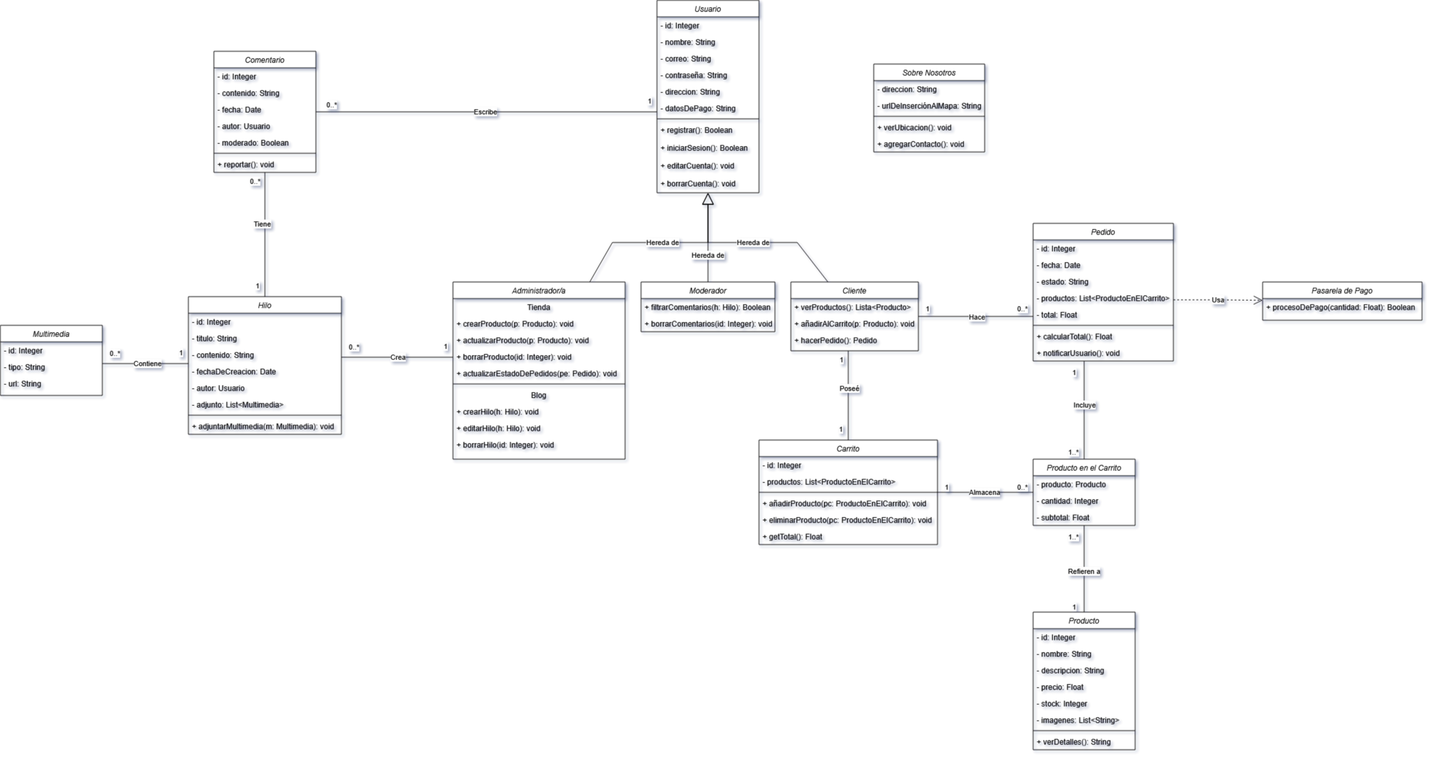
This is Diagramas/Casos de uso/DiagramaClases.drawio.png from 8-6R4N4DR1/LuigiaCouture, a draw.io export, as it was before one commit. Source tidied: cells renumbered, new cells last; positions are measured from the earlier drawing's top-left corner, leaving out a move shared by most shapes.
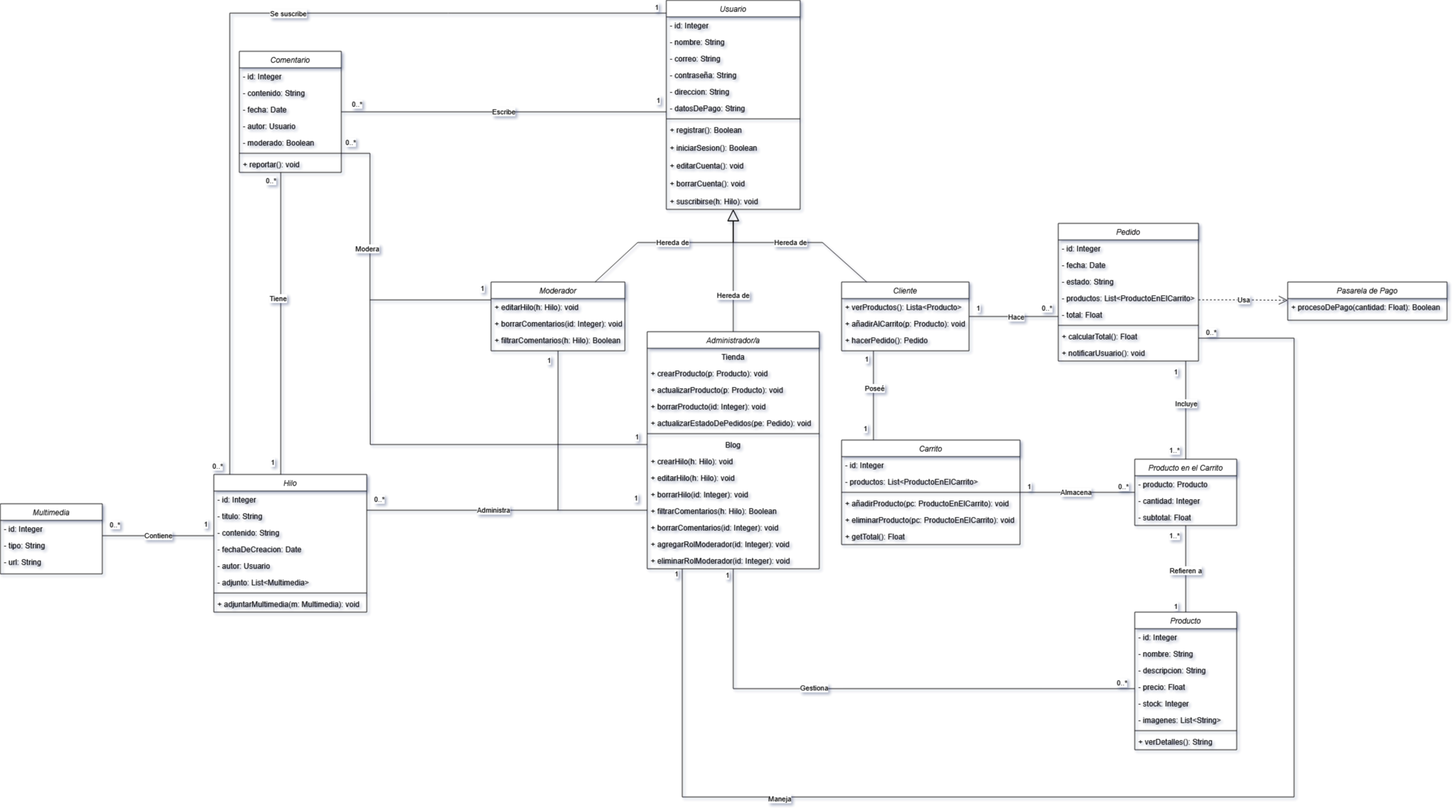
The same diagram one commit later.

What changed in the source:
```diff
@@ -5,39 +5,62 @@
     <mxCell id="2" value="Usuario" style="swimlane;fontStyle=2;align=center;verticalAlign=top;horizontal=1;startSize=26;rounded=0;shadow=0;strokeWidth=1;" parent="1" vertex="1">
-      <mxGeometry x="1030" width="160" height="302" as="geometry" />
+      <mxGeometry x="1005" width="210" height="328" as="geometry" />
     </mxCell>
     <mxCell id="3" value="- id: Integer" style="text;align=left;verticalAlign=top;spacingLeft=4;spacingRight=4;overflow=hidden;" parent="2" vertex="1">
-      <mxGeometry y="26" width="160" height="26" as="geometry" />
+      <mxGeometry y="26" width="210" height="26" as="geometry" />
     </mxCell>
     <mxCell id="4" value="- nombre: String" style="text;align=left;verticalAlign=top;spacingLeft=4;spacingRight=4;overflow=hidden;rounded=0;shadow=0;html=0;" parent="2" vertex="1">
-      <mxGeometry y="52" width="160" height="26" as="geometry" />
+      <mxGeometry y="52" width="210" height="26" as="geometry" />
     </mxCell>
     <mxCell id="5" value="- correo: String" style="text;align=left;verticalAlign=top;spacingLeft=4;spacingRight=4;overflow=hidden;rounded=0;shadow=0;html=0;" parent="2" vertex="1">
-      <mxGeometry y="78" width="160" height="26" as="geometry" />
+      <mxGeometry y="78" width="210" height="26" as="geometry" />
     </mxCell>
     <mxCell id="6" value="- contraseña: String" style="text;align=left;verticalAlign=top;spacingLeft=4;spacingRight=4;overflow=hidden;rounded=0;shadow=0;html=0;" parent="2" vertex="1">
-      <mxGeometry y="104" width="160" height="26" as="geometry" />
+      <mxGeometry y="104" width="210" height="26" as="geometry" />
     </mxCell>
     <mxCell id="7" value="- direccion: String" style="text;align=left;verticalAlign=top;spacingLeft=4;spacingRight=4;overflow=hidden;rounded=0;shadow=0;html=0;" parent="2" vertex="1">
-      <mxGeometry y="130" width="160" height="26" as="geometry" />
+      <mxGeometry y="130" width="210" height="26" as="geometry" />
     </mxCell>
     <mxCell id="8" value="- datosDePago: String" style="text;align=left;verticalAlign=top;spacingLeft=4;spacingRight=4;overflow=hidden;rounded=0;shadow=0;html=0;" parent="2" vertex="1">
-      <mxGeometry y="156" width="160" height="26" as="geometry" />
+      <mxGeometry y="156" width="210" height="26" as="geometry" />
     </mxCell>
     <mxCell id="9" style="line;html=1;strokeWidth=1;align=left;verticalAlign=middle;spacingTop=-1;spacingLeft=3;spacingRight=3;labelPosition=right;" parent="2" vertex="1">
-      <mxGeometry y="182" width="160" height="8" as="geometry" />
+      <mxGeometry y="182" width="210" height="8" as="geometry" />
     </mxCell>
     <mxCell id="10" value="+ registrar(): Boolean" style="text;align=left;verticalAlign=top;spacingLeft=4;spacingRight=4;overflow=hidden;" parent="2" vertex="1">
-      <mxGeometry y="190" width="160" height="28" as="geometry" />
+      <mxGeometry y="190" width="210" height="28" as="geometry" />
     </mxCell>
     <mxCell id="11" value="+ iniciarSesion(): Boolean" style="text;align=left;verticalAlign=top;spacingLeft=4;spacingRight=4;overflow=hidden;" parent="2" vertex="1">
-      <mxGeometry y="218" width="160" height="28" as="geometry" />
+      <mxGeometry y="218" width="210" height="28" as="geometry" />
     </mxCell>
     <mxCell id="12" value="+ editarCuenta(): void" style="text;align=left;verticalAlign=top;spacingLeft=4;spacingRight=4;overflow=hidden;" parent="2" vertex="1">
-      <mxGeometry y="246" width="160" height="28" as="geometry" />
+      <mxGeometry y="246" width="210" height="28" as="geometry" />
     </mxCell>
     <mxCell id="13" value="+ borrarCuenta(): void" style="text;align=left;verticalAlign=top;spacingLeft=4;spacingRight=4;overflow=hidden;" parent="2" vertex="1">
-      <mxGeometry y="274" width="160" height="28" as="geometry" />
+      <mxGeometry y="274" width="210" height="28" as="geometry" />
     </mxCell>
+    <mxCell id="130" value="+ suscribirse(h: Hilo): void" style="text;align=left;verticalAlign=top;spacingLeft=4;spacingRight=4;overflow=hidden;" parent="2" vertex="1">
+      <mxGeometry y="302" width="210" height="26" as="geometry" />
+    </mxCell>
+    <mxCell id="131" style="edgeStyle=orthogonalEdgeStyle;rounded=0;jettySize=auto;html=1;endArrow=none;startFill=0;" parent="1" edge="1" source="14" target="28">
+      <mxGeometry relative="1" as="geometry">
+        <Array as="points">
+          <mxPoint x="1110" y="1080" />
+        </Array>
+      </mxGeometry>
+    </mxCell>
+    <mxCell id="132" value="1" style="edgeLabel;html=1;align=center;verticalAlign=middle;" parent="131" vertex="1">
+      <mxGeometry x="-0.98" y="-1" relative="1" as="geometry">
+        <mxPoint x="-9" as="offset" />
+      </mxGeometry>
+    </mxCell>
+    <mxCell id="133" value="0..*" style="edgeLabel;html=1;align=center;verticalAlign=middle;" parent="131" vertex="1">
+      <mxGeometry x="0.95" y="2" relative="1" as="geometry">
+        <mxPoint x="2" y="-8" as="offset" />
+      </mxGeometry>
+    </mxCell>
+    <mxCell id="134" value="Gestiona" style="edgeLabel;html=1;align=center;verticalAlign=middle;" parent="131" vertex="1">
+      <mxGeometry x="-0.23" y="2" relative="1" as="geometry" />
+    </mxCell>
     <mxCell id="14" value="Administrador/a" style="swimlane;fontStyle=2;align=center;verticalAlign=top;horizontal=1;startSize=26;rounded=0;shadow=0;strokeWidth=1;" parent="1" vertex="1">
-      <mxGeometry x="710" y="442" width="270" height="278" as="geometry" />
+      <mxGeometry x="975" y="520" width="270" height="372" as="geometry" />
     </mxCell>
@@ -61,2 +84,12 @@
     </mxCell>
+    <mxCell id="135" style="edgeStyle=orthogonalEdgeStyle;rounded=0;jettySize=auto;html=1;exitX=0;exitY=0.5;exitDx=0;exitDy=0;endArrow=none;startFill=0;" parent="14" edge="1" source="21">
+      <mxGeometry relative="1" as="geometry">
+        <mxPoint x="-435" y="-50" as="targetPoint" />
+      </mxGeometry>
+    </mxCell>
+    <mxCell id="136" value="1" style="edgeLabel;html=1;align=center;verticalAlign=middle;" parent="135" vertex="1">
+      <mxGeometry x="-0.95" y="-2" relative="1" as="geometry">
+        <mxPoint y="-11" as="offset" />
+      </mxGeometry>
+    </mxCell>
     <mxCell id="21" value="Blog" style="text;align=center;verticalAlign=top;spacingLeft=4;spacingRight=4;overflow=hidden;points=[[0,0.5],[1,0.5]];portConstraint=eastwest;" parent="14" vertex="1">
@@ -73,13 +106,38 @@
     </mxCell>
+    <mxCell id="137" value="+ filtrarComentarios(h: Hilo): Boolean" style="text;align=left;verticalAlign=top;spacingLeft=4;spacingRight=4;overflow=hidden;" parent="14" vertex="1">
+      <mxGeometry y="268" width="270" height="26" as="geometry" />
+    </mxCell>
+    <mxCell id="27" value="+ borrarComentarios(id: Integer): void" style="text;align=left;verticalAlign=top;spacingLeft=4;spacingRight=4;overflow=hidden;rounded=0;shadow=0;html=0;" parent="14" vertex="1">
+      <mxGeometry y="294" width="270" height="26" as="geometry" />
+    </mxCell>
+    <mxCell id="138" value="+ agregarRolModerador(id: Integer): void" style="text;align=left;verticalAlign=top;spacingLeft=4;spacingRight=4;overflow=hidden;rounded=0;shadow=0;html=0;" parent="14" vertex="1">
+      <mxGeometry y="320" width="270" height="26" as="geometry" />
+    </mxCell>
+    <mxCell id="139" value="+ eliminarRolModerador(id: Integer): void" style="text;align=left;verticalAlign=top;spacingLeft=4;spacingRight=4;overflow=hidden;rounded=0;shadow=0;html=0;" parent="14" vertex="1">
+      <mxGeometry y="346" width="270" height="26" as="geometry" />
+    </mxCell>
+    <mxCell id="140" style="edgeStyle=orthogonalEdgeStyle;rounded=0;jettySize=auto;html=1;endArrow=none;startFill=0;" parent="1" edge="1" source="25">
+      <mxGeometry relative="1" as="geometry">
+        <mxPoint x="835" y="800" as="targetPoint" />
+      </mxGeometry>
+    </mxCell>
+    <mxCell id="141" value="1" style="edgeLabel;html=1;align=center;verticalAlign=middle;" parent="140" vertex="1">
+      <mxGeometry x="-0.91" y="2" relative="1" as="geometry">
+        <mxPoint x="-17" y="2" as="offset" />
+      </mxGeometry>
+    </mxCell>
     <mxCell id="25" value="Moderador" style="swimlane;fontStyle=2;align=center;verticalAlign=top;horizontal=1;startSize=26;rounded=0;shadow=0;strokeWidth=1;" parent="1" vertex="1">
-      <mxGeometry x="1005" y="442" width="210" height="78" as="geometry" />
+      <mxGeometry x="730" y="442" width="210" height="108" as="geometry" />
     </mxCell>
-    <mxCell id="26" value="+ filtrarComentarios(h: Hilo): Boolean" style="text;align=left;verticalAlign=top;spacingLeft=4;spacingRight=4;overflow=hidden;" parent="25" vertex="1">
-      <mxGeometry y="26" width="210" height="26" as="geometry" />
-    </mxCell>
-    <mxCell id="27" value="+ borrarComentarios(id: Integer): void" style="text;align=left;verticalAlign=top;spacingLeft=4;spacingRight=4;overflow=hidden;rounded=0;shadow=0;html=0;" parent="25" vertex="1">
-      <mxGeometry y="52" width="210" height="26" as="geometry" />
-    </mxCell>
+    <mxCell id="142" value="+ editarHilo(h: Hilo): void" style="text;align=left;verticalAlign=top;spacingLeft=4;spacingRight=4;overflow=hidden;rounded=0;shadow=0;html=0;" parent="25" vertex="1">
+      <mxGeometry y="26" width="210" height="26" as="geometry" />
+    </mxCell>
+    <mxCell id="143" value="+ borrarComentarios(id: Integer): void" style="text;align=left;verticalAlign=top;spacingLeft=4;spacingRight=4;overflow=hidden;rounded=0;shadow=0;html=0;" parent="25" vertex="1">
+      <mxGeometry y="52" width="210" height="26" as="geometry" />
+    </mxCell>
+    <mxCell id="144" value="+ filtrarComentarios(h: Hilo): Boolean" style="text;align=left;verticalAlign=top;spacingLeft=4;spacingRight=4;overflow=hidden;" parent="25" vertex="1">
+      <mxGeometry y="78" width="210" height="26" as="geometry" />
+    </mxCell>
     <mxCell id="28" value="Producto" style="swimlane;fontStyle=2;align=center;verticalAlign=top;horizontal=1;startSize=26;rounded=0;shadow=0;strokeWidth=1;" parent="1" vertex="1">
-      <mxGeometry x="1620" y="960" width="160" height="216" as="geometry" />
+      <mxGeometry x="1740" y="960" width="160" height="216" as="geometry" />
     </mxCell>
@@ -110,3 +168,3 @@
     <mxCell id="37" value="Carrito" style="swimlane;fontStyle=2;align=center;verticalAlign=top;horizontal=1;startSize=26;rounded=0;shadow=0;strokeWidth=1;" parent="1" vertex="1">
-      <mxGeometry x="1190" y="690" width="280" height="164" as="geometry" />
+      <mxGeometry x="1280" y="690" width="280" height="164" as="geometry" />
     </mxCell>
@@ -131,3 +189,3 @@
     <mxCell id="44" value="Producto en el Carrito" style="swimlane;fontStyle=2;align=center;verticalAlign=top;horizontal=1;startSize=26;rounded=0;shadow=0;strokeWidth=1;" parent="1" vertex="1">
-      <mxGeometry x="1620" y="720" width="160" height="104" as="geometry" />
+      <mxGeometry x="1740" y="720" width="160" height="104" as="geometry" />
     </mxCell>
@@ -176,3 +234,3 @@
     <mxCell id="59" value="Hilo" style="swimlane;fontStyle=2;align=center;verticalAlign=top;horizontal=1;startSize=26;rounded=0;shadow=0;strokeWidth=1;" parent="1" vertex="1">
-      <mxGeometry x="295" y="465" width="240" height="216" as="geometry" />
+      <mxGeometry x="295" y="744" width="240" height="216" as="geometry" />
     </mxCell>
@@ -227,3 +285,3 @@
     <mxCell id="76" value="Multimedia" style="swimlane;fontStyle=2;align=center;verticalAlign=top;horizontal=1;startSize=26;rounded=0;shadow=0;strokeWidth=1;" parent="1" vertex="1">
-      <mxGeometry y="510" width="160" height="110" as="geometry" />
+      <mxGeometry x="-40" y="790" width="160" height="110" as="geometry" />
     </mxCell>
@@ -238,22 +296,4 @@
     </mxCell>
-    <mxCell id="80" value="Sobre Nosotros" style="swimlane;fontStyle=2;align=center;verticalAlign=top;horizontal=1;startSize=26;rounded=0;shadow=0;strokeWidth=1;" parent="1" vertex="1">
-      <mxGeometry x="1370" y="100" width="174" height="138" as="geometry" />
-    </mxCell>
-    <mxCell id="81" value="- direccion: String" style="text;align=left;verticalAlign=top;spacingLeft=4;spacingRight=4;overflow=hidden;" parent="80" vertex="1">
-      <mxGeometry y="26" width="174" height="26" as="geometry" />
-    </mxCell>
-    <mxCell id="82" value="- urlDeInserciónAlMapa: String" style="text;align=left;verticalAlign=top;spacingLeft=4;spacingRight=4;overflow=hidden;rounded=0;shadow=0;html=0;" parent="80" vertex="1">
-      <mxGeometry y="52" width="174" height="26" as="geometry" />
-    </mxCell>
-    <mxCell id="83" style="line;html=1;strokeWidth=1;align=left;verticalAlign=middle;spacingTop=-1;spacingLeft=3;spacingRight=3;labelPosition=right;" parent="80" vertex="1">
-      <mxGeometry y="78" width="174" height="8" as="geometry" />
-    </mxCell>
-    <mxCell id="84" value="+ verUbicacion(): void" style="text;align=left;verticalAlign=top;spacingLeft=4;spacingRight=4;overflow=hidden;" parent="80" vertex="1">
-      <mxGeometry y="86" width="174" height="26" as="geometry" />
-    </mxCell>
-    <mxCell id="85" value="+ agregarContacto(): void" style="text;align=left;verticalAlign=top;spacingLeft=4;spacingRight=4;overflow=hidden;" parent="80" vertex="1">
-      <mxGeometry y="112" width="174" height="26" as="geometry" />
-    </mxCell>
     <mxCell id="86" value="Cliente" style="swimlane;fontStyle=2;align=center;verticalAlign=top;horizontal=1;startSize=26;rounded=0;shadow=0;strokeWidth=1;" parent="1" vertex="1">
-      <mxGeometry x="1240" y="442" width="200" height="108" as="geometry" />
+      <mxGeometry x="1280" y="442" width="200" height="108" as="geometry" />
     </mxCell>
@@ -268,3 +308,3 @@
     </mxCell>
-    <mxCell id="90" value="Hereda de" style="endArrow=block;endSize=16;endFill=0;html=1;rounded=0;" parent="1" edge="1" source="14" target="2">
+    <mxCell id="90" value="Hereda de" style="endArrow=block;endSize=16;endFill=0;html=1;rounded=0;" parent="1" edge="1" source="25" target="2">
       <mxGeometry relative="1" as="geometry">
@@ -276,3 +316,3 @@
     </mxCell>
-    <mxCell id="91" value="Hereda de" style="endArrow=block;endSize=16;endFill=0;html=1;rounded=0;" parent="1" edge="1" source="25" target="2">
+    <mxCell id="91" value="Hereda de" style="endArrow=block;endSize=16;endFill=0;html=1;rounded=0;" parent="1" edge="1" source="14" target="2">
       <mxGeometry x="-0.4" relative="1" as="geometry" />
@@ -366,4 +406,4 @@
         <Array as="points">
-          <mxPoint x="1700" y="630" />
-          <mxPoint x="1700" y="630" />
+          <mxPoint x="1820" y="700" />
+          <mxPoint x="1820" y="700" />
         </Array>
@@ -389,4 +429,4 @@
         <Array as="points">
-          <mxPoint x="650" y="560" />
-          <mxPoint x="650" y="560" />
+          <mxPoint x="760" y="800" />
+          <mxPoint x="760" y="800" />
         </Array>
@@ -401,6 +441,6 @@
       <mxGeometry x="1" relative="1" as="geometry">
-        <mxPoint x="-10" y="-11" as="offset" />
+        <mxPoint x="-15" y="-12" as="offset" />
       </mxGeometry>
     </mxCell>
-    <mxCell id="116" value="Crea" style="edgeLabel;html=1;align=center;verticalAlign=middle;" parent="113" vertex="1">
+    <mxCell id="116" value="Administra" style="edgeLabel;html=1;align=center;verticalAlign=middle;" parent="113" vertex="1">
       <mxGeometry x="-0.17" y="1" relative="1" as="geometry">
@@ -410,3 +450,8 @@
     <mxCell id="117" style="endArrow=none;html=1;edgeStyle=orthogonalEdgeStyle;rounded=0;" parent="1" edge="1" source="68" target="59">
-      <mxGeometry relative="1" as="geometry" />
+      <mxGeometry relative="1" as="geometry">
+        <Array as="points">
+          <mxPoint x="400" y="510" />
+          <mxPoint x="400" y="510" />
+        </Array>
+      </mxGeometry>
     </mxCell>
@@ -453,4 +498,4 @@
         <Array as="points">
-          <mxPoint x="180" y="570" />
-          <mxPoint x="180" y="570" />
+          <mxPoint x="140" y="840" />
+          <mxPoint x="140" y="840" />
         </Array>
@@ -482,2 +527,69 @@
     </mxCell>
+    <mxCell id="145" style="endArrow=none;html=1;edgeStyle=orthogonalEdgeStyle;rounded=0;" parent="1" edge="1" source="68" target="25">
+      <mxGeometry relative="1" as="geometry">
+        <Array as="points">
+          <mxPoint x="540" y="240" />
+          <mxPoint x="540" y="470" />
+        </Array>
+      </mxGeometry>
+    </mxCell>
+    <mxCell id="146" value="0..*" style="edgeLabel;html=1;align=left;verticalAlign=bottom;" parent="145" vertex="1">
+      <mxGeometry x="-1" relative="1" as="geometry">
+        <mxPoint x="5" y="-10" as="offset" />
+      </mxGeometry>
+    </mxCell>
+    <mxCell id="147" value="1" style="edgeLabel;html=1;align=right;verticalAlign=bottom;" parent="145" vertex="1">
+      <mxGeometry x="1" relative="1" as="geometry">
+        <mxPoint x="-10" y="-11" as="offset" />
+      </mxGeometry>
+    </mxCell>
+    <mxCell id="148" value="Modera" style="edgeLabel;html=1;align=center;verticalAlign=middle;" parent="145" vertex="1">
+      <mxGeometry x="-0.17" y="1" relative="1" as="geometry">
+        <mxPoint x="-6" as="offset" />
+      </mxGeometry>
+    </mxCell>
+    <mxCell id="149" style="edgeStyle=orthogonalEdgeStyle;rounded=0;jettySize=auto;html=1;endArrow=none;startFill=0;" parent="1" edge="1" source="14" target="48">
+      <mxGeometry relative="1" as="geometry">
+        <Array as="points">
+          <mxPoint x="1030" y="1250" />
+          <mxPoint x="1990" y="1250" />
+          <mxPoint x="1990" y="530" />
+        </Array>
+      </mxGeometry>
+    </mxCell>
+    <mxCell id="150" value="1" style="edgeLabel;html=1;align=center;verticalAlign=middle;" parent="149" vertex="1">
+      <mxGeometry x="-0.99" y="-1" relative="1" as="geometry">
+        <mxPoint x="-9" as="offset" />
+      </mxGeometry>
+    </mxCell>
+    <mxCell id="151" value="Maneja" style="edgeLabel;html=1;align=center;verticalAlign=middle;" parent="149" vertex="1">
+      <mxGeometry x="-0.53" y="-2" relative="1" as="geometry">
+        <mxPoint x="1" as="offset" />
+      </mxGeometry>
+    </mxCell>
+    <mxCell id="152" value="0..*" style="edgeLabel;html=1;align=center;verticalAlign=middle;" parent="149" vertex="1">
+      <mxGeometry x="0.96" y="1" relative="1" as="geometry">
+        <mxPoint x="-27" y="-11" as="offset" />
+      </mxGeometry>
+    </mxCell>
+    <mxCell id="153" style="edgeStyle=orthogonalEdgeStyle;rounded=0;jettySize=auto;html=1;endArrow=none;startFill=0;" parent="1" edge="1" source="2" target="59">
+      <mxGeometry relative="1" as="geometry">
+        <Array as="points">
+          <mxPoint x="320" y="20" />
+        </Array>
+      </mxGeometry>
+    </mxCell>
+    <mxCell id="154" value="Se suscribe" style="edgeLabel;html=1;align=center;verticalAlign=middle;" parent="153" vertex="1">
+      <mxGeometry x="-0.16" relative="1" as="geometry" />
+    </mxCell>
+    <mxCell id="155" value="1" style="edgeLabel;html=1;align=center;verticalAlign=middle;" parent="153" vertex="1">
+      <mxGeometry x="-0.95" y="3" relative="1" as="geometry">
+        <mxPoint x="18" y="-13" as="offset" />
+      </mxGeometry>
+    </mxCell>
+    <mxCell id="156" value="0..*" style="edgeLabel;html=1;align=center;verticalAlign=middle;" parent="153" vertex="1">
+      <mxGeometry x="0.93" y="-2" relative="1" as="geometry">
+        <mxPoint x="-18" y="34" as="offset" />
+      </mxGeometry>
+    </mxCell>
   </root>
```
